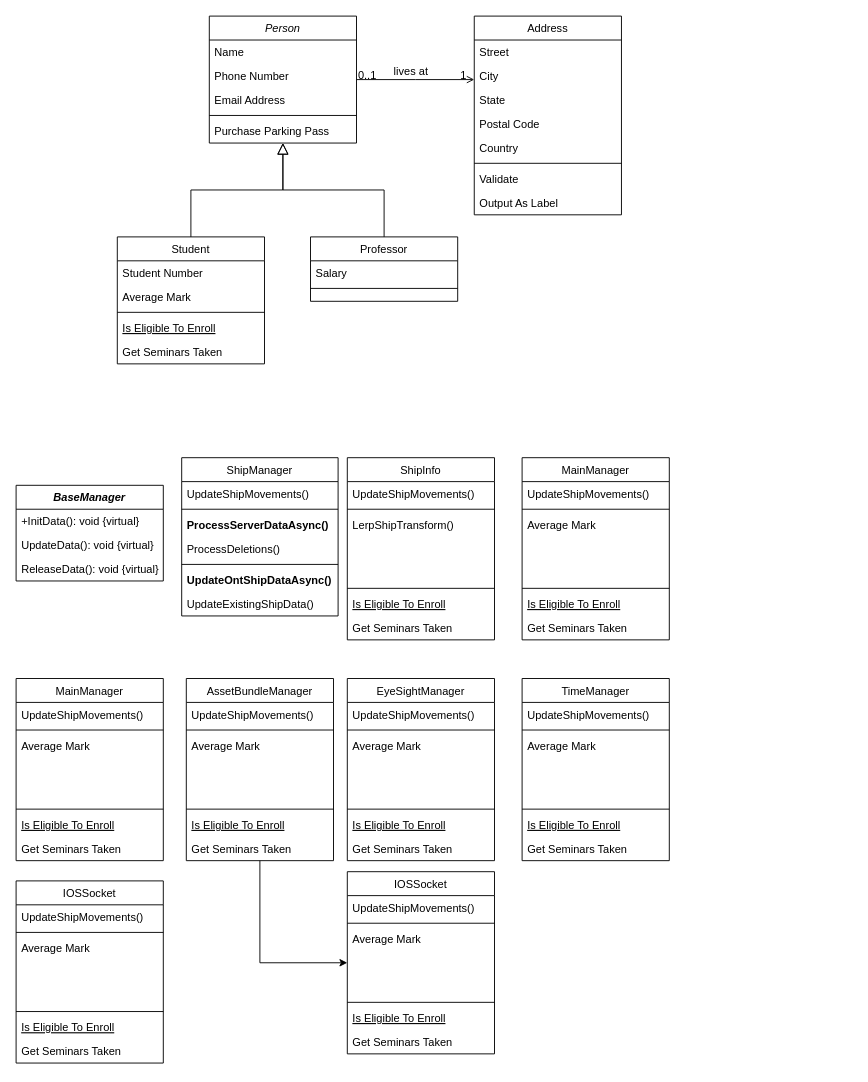
This is MM_Unity6.drawio from duckgoo9/MM-unity6-drawio, a draw.io file, before an edit. Source tidied: cells renumbered, new cells numbered last; positions are measured from the earlier drawing's top-left corner, leaving out a move shared by most shapes. Both pictures are drawn from the tidied source at 92%, with x=0, y=0 at pixel (16, 16).
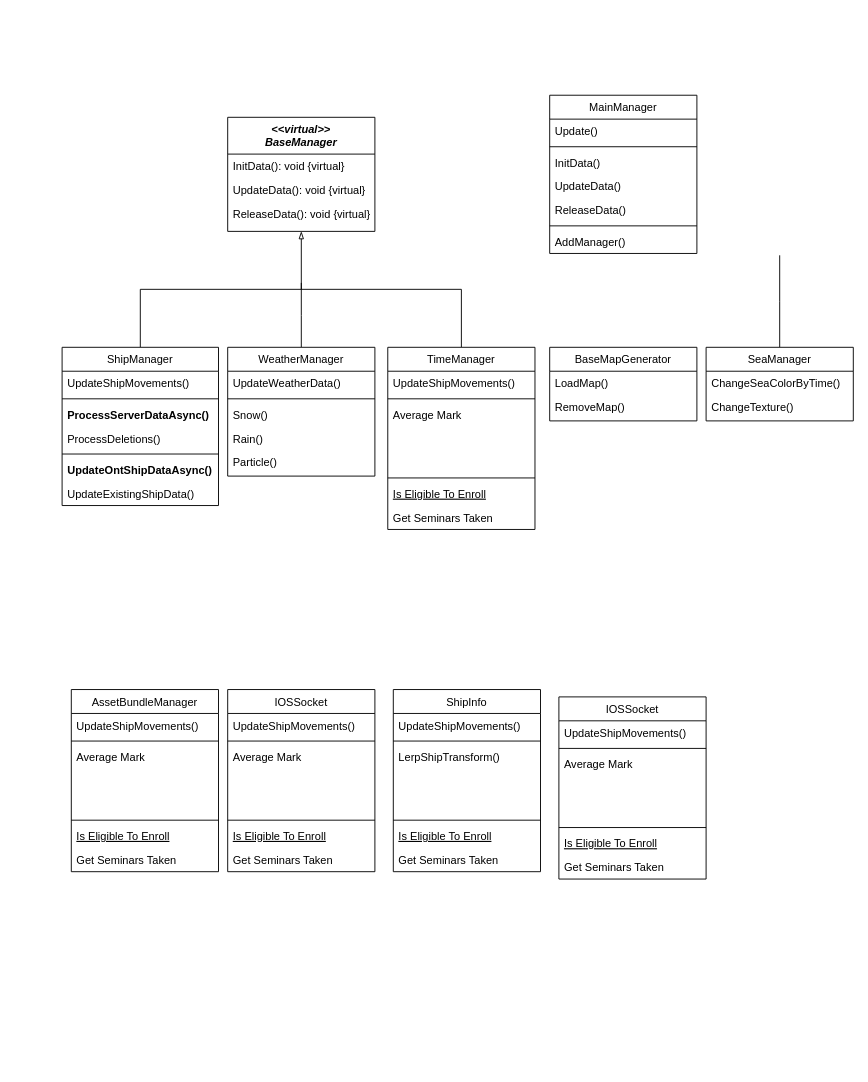
The same page after the edit.

The change refers to these unchanged cells:
```xml
<mxCell id="103" style="text;align=left;verticalAlign=top;spacingLeft=4;spacingRight=4;overflow=hidden;points=[[0,0.5],[1,0.5]];portConstraint=eastwest;rounded=0;shadow=0;html=0;" parent="99" vertex="1">
  <mxGeometry y="86" width="160" height="26" as="geometry" />
</mxCell>
```

What changed in the source:
```diff
@@
-    <mxCell id="2" value="Person" style="swimlane;fontStyle=2;align=center;verticalAlign=top;horizontal=1;startSize=26;rounded=0;shadow=0;strokeWidth=1;" parent="1" vertex="1">
-      <mxGeometry x="210" width="160" height="138" as="geometry" />
-    </mxCell>
-    <mxCell id="3" value="Name" style="text;align=left;verticalAlign=top;spacingLeft=4;spacingRight=4;overflow=hidden;" parent="2" vertex="1">
-      <mxGeometry y="26" width="160" height="26" as="geometry" />
-    </mxCell>
-    <mxCell id="4" value="Phone Number" style="text;align=left;verticalAlign=top;spacingLeft=4;spacingRight=4;overflow=hidden;rounded=0;shadow=0;html=0;" parent="2" vertex="1">
-      <mxGeometry y="52" width="160" height="26" as="geometry" />
-    </mxCell>
-    <mxCell id="5" value="Email Address" style="text;align=left;verticalAlign=top;spacingLeft=4;spacingRight=4;overflow=hidden;rounded=0;shadow=0;html=0;" parent="2" vertex="1">
-      <mxGeometry y="78" width="160" height="26" as="geometry" />
-    </mxCell>
-    <mxCell id="6" style="line;html=1;strokeWidth=1;align=left;verticalAlign=middle;spacingTop=-1;spacingLeft=3;spacingRight=3;labelPosition=right;" parent="2" vertex="1">
-      <mxGeometry y="104" width="160" height="8" as="geometry" />
-    </mxCell>
-    <mxCell id="7" value="Purchase Parking Pass" style="text;align=left;verticalAlign=top;spacingLeft=4;spacingRight=4;overflow=hidden;" parent="2" vertex="1">
-      <mxGeometry y="112" width="160" height="26" as="geometry" />
-    </mxCell>
-    <mxCell id="8" value="Student" style="swimlane;fontStyle=0;align=center;verticalAlign=top;horizontal=1;startSize=26;rounded=0;shadow=0;strokeWidth=1;" parent="1" vertex="1">
-      <mxGeometry x="110" y="240" width="160" height="138" as="geometry" />
-    </mxCell>
-    <mxCell id="9" value="Student Number" style="text;align=left;verticalAlign=top;spacingLeft=4;spacingRight=4;overflow=hidden;" parent="8" vertex="1">
-      <mxGeometry y="26" width="160" height="26" as="geometry" />
-    </mxCell>
-    <mxCell id="10" value="Average Mark" style="text;align=left;verticalAlign=top;spacingLeft=4;spacingRight=4;overflow=hidden;rounded=0;shadow=0;html=0;" parent="8" vertex="1">
-      <mxGeometry y="52" width="160" height="26" as="geometry" />
-    </mxCell>
-    <mxCell id="11" style="line;html=1;strokeWidth=1;align=left;verticalAlign=middle;spacingTop=-1;spacingLeft=3;spacingRight=3;labelPosition=right;" parent="8" vertex="1">
-      <mxGeometry y="78" width="160" height="8" as="geometry" />
-    </mxCell>
-    <mxCell id="12" value="Is Eligible To Enroll" style="text;align=left;verticalAlign=top;spacingLeft=4;spacingRight=4;overflow=hidden;fontStyle=4;" parent="8" vertex="1">
-      <mxGeometry y="86" width="160" height="26" as="geometry" />
-    </mxCell>
-    <mxCell id="13" value="Get Seminars Taken" style="text;align=left;verticalAlign=top;spacingLeft=4;spacingRight=4;overflow=hidden;" parent="8" vertex="1">
-      <mxGeometry y="112" width="160" height="26" as="geometry" />
-    </mxCell>
-    <mxCell id="14" style="endArrow=block;endSize=10;endFill=0;shadow=0;strokeWidth=1;rounded=0;curved=0;edgeStyle=elbowEdgeStyle;elbow=vertical;" parent="1" edge="1" source="8" target="2">
-      <mxGeometry relative="1" as="geometry" />
-    </mxCell>
-    <mxCell id="15" value="Professor" style="swimlane;fontStyle=0;align=center;verticalAlign=top;horizontal=1;startSize=26;rounded=0;shadow=0;strokeWidth=1;" parent="1" vertex="1">
-      <mxGeometry x="320" y="240" width="160" height="70" as="geometry" />
-    </mxCell>
-    <mxCell id="16" value="Salary" style="text;align=left;verticalAlign=top;spacingLeft=4;spacingRight=4;overflow=hidden;" parent="15" vertex="1">
-      <mxGeometry y="26" width="160" height="26" as="geometry" />
-    </mxCell>
-    <mxCell id="17" style="line;html=1;strokeWidth=1;align=left;verticalAlign=middle;spacingTop=-1;spacingLeft=3;spacingRight=3;labelPosition=right;" parent="15" vertex="1">
-      <mxGeometry y="52" width="160" height="8" as="geometry" />
-    </mxCell>
-    <mxCell id="18" style="endArrow=block;endSize=10;endFill=0;shadow=0;strokeWidth=1;rounded=0;curved=0;edgeStyle=elbowEdgeStyle;elbow=vertical;" parent="1" edge="1" source="15" target="2">
-      <mxGeometry relative="1" as="geometry" />
-    </mxCell>
-    <mxCell id="19" value="Address" style="swimlane;fontStyle=0;align=center;verticalAlign=top;horizontal=1;startSize=26;rounded=0;shadow=0;strokeWidth=1;" parent="1" vertex="1">
-      <mxGeometry x="498" width="160" height="216" as="geometry" />
-    </mxCell>
-    <mxCell id="20" value="Street" style="text;align=left;verticalAlign=top;spacingLeft=4;spacingRight=4;overflow=hidden;" parent="19" vertex="1">
-      <mxGeometry y="26" width="160" height="26" as="geometry" />
-    </mxCell>
-    <mxCell id="21" value="City" style="text;align=left;verticalAlign=top;spacingLeft=4;spacingRight=4;overflow=hidden;rounded=0;shadow=0;html=0;" parent="19" vertex="1">
-      <mxGeometry y="52" width="160" height="26" as="geometry" />
-    </mxCell>
-    <mxCell id="22" value="State" style="text;align=left;verticalAlign=top;spacingLeft=4;spacingRight=4;overflow=hidden;rounded=0;shadow=0;html=0;" parent="19" vertex="1">
-      <mxGeometry y="78" width="160" height="26" as="geometry" />
-    </mxCell>
-    <mxCell id="23" value="Postal Code" style="text;align=left;verticalAlign=top;spacingLeft=4;spacingRight=4;overflow=hidden;rounded=0;shadow=0;html=0;" parent="19" vertex="1">
-      <mxGeometry y="104" width="160" height="26" as="geometry" />
-    </mxCell>
-    <mxCell id="24" value="Country" style="text;align=left;verticalAlign=top;spacingLeft=4;spacingRight=4;overflow=hidden;rounded=0;shadow=0;html=0;" parent="19" vertex="1">
-      <mxGeometry y="130" width="160" height="26" as="geometry" />
-    </mxCell>
-    <mxCell id="25" style="line;html=1;strokeWidth=1;align=left;verticalAlign=middle;spacingTop=-1;spacingLeft=3;spacingRight=3;labelPosition=right;" parent="19" vertex="1">
-      <mxGeometry y="156" width="160" height="8" as="geometry" />
-    </mxCell>
-    <mxCell id="26" value="Validate" style="text;align=left;verticalAlign=top;spacingLeft=4;spacingRight=4;overflow=hidden;" parent="19" vertex="1">
-      <mxGeometry y="164" width="160" height="26" as="geometry" />
-    </mxCell>
-    <mxCell id="27" value="Output As Label" style="text;align=left;verticalAlign=top;spacingLeft=4;spacingRight=4;overflow=hidden;" parent="19" vertex="1">
-      <mxGeometry y="190" width="160" height="26" as="geometry" />
-    </mxCell>
-    <mxCell id="28" style="endArrow=open;shadow=0;strokeWidth=1;rounded=0;curved=0;endFill=1;edgeStyle=elbowEdgeStyle;elbow=vertical;" parent="1" edge="1" source="2" target="19">
-      <mxGeometry x="0.5" y="41" relative="1" as="geometry">
-        <mxPoint x="-40" y="32" as="offset" />
-      </mxGeometry>
-    </mxCell>
-    <mxCell id="29" value="0..1" style="align=left;verticalAlign=bottom;labelBackgroundColor=none;fontSize=12;" parent="28" vertex="1">
-      <mxGeometry x="-1" relative="1" as="geometry">
-        <mxPoint y="4" as="offset" />
-      </mxGeometry>
-    </mxCell>
-    <mxCell id="30" value="1" style="align=right;verticalAlign=bottom;labelBackgroundColor=none;fontSize=12;" parent="28" vertex="1">
-      <mxGeometry x="1" relative="1" as="geometry">
-        <mxPoint x="-7" y="4" as="offset" />
-      </mxGeometry>
-    </mxCell>
-    <mxCell id="31" value="lives at" style="text;html=1;align=center;verticalAlign=middle;labelBackgroundColor=none;rounded=0;shadow=0;strokeWidth=1;fontSize=12;" parent="28" vertex="1">
-      <mxGeometry x="0.5" y="49" relative="1" as="geometry">
-        <mxPoint x="-38" y="40" as="offset" />
-      </mxGeometry>
-    </mxCell>
+    <mxCell id="117" style="edgeStyle=orthogonalEdgeStyle;rounded=0;jettySize=auto;html=1;entryX=0.5;entryY=1;entryDx=0;entryDy=0;exitX=0.5;exitY=0;exitDx=0;exitDy=0;endArrow=blockThin;endFill=0;" parent="1" edge="1" source="32" target="58">
+      <mxGeometry relative="1" as="geometry" />
+    </mxCell>
     <mxCell id="32" value="ShipManager" style="swimlane;fontStyle=0;align=center;verticalAlign=top;horizontal=1;startSize=26;rounded=0;shadow=0;strokeWidth=1;" parent="1" vertex="1">
-      <mxGeometry x="180" y="480" width="170" height="172" as="geometry" />
+      <mxGeometry x="50" y="360" width="170" height="172" as="geometry" />
     </mxCell>
@@
     <mxCell id="40" value="ShipInfo" style="swimlane;fontStyle=0;align=center;verticalAlign=top;horizontal=1;startSize=26;rounded=0;shadow=0;strokeWidth=1;" parent="1" vertex="1">
-      <mxGeometry x="360" y="480" width="160" height="198" as="geometry" />
+      <mxGeometry x="410" y="732" width="160" height="198" as="geometry" />
     </mxCell>
@@
-    <mxCell id="49" value="MainManager" style="swimlane;fontStyle=0;align=center;verticalAlign=top;horizontal=1;startSize=26;rounded=0;shadow=0;strokeWidth=1;" parent="1" vertex="1">
-      <mxGeometry x="550" y="480" width="160" height="198" as="geometry" />
+    <mxCell id="49" value="BaseMapGenerator" style="swimlane;fontStyle=0;align=center;verticalAlign=top;horizontal=1;startSize=26;rounded=0;shadow=0;strokeWidth=1;" parent="1" vertex="1">
+      <mxGeometry x="580" y="360" width="160" height="80" as="geometry" />
     </mxCell>
-    <mxCell id="50" value="UpdateShipMovements()" style="text;align=left;verticalAlign=top;spacingLeft=4;spacingRight=4;overflow=hidden;" parent="49" vertex="1">
-      <mxGeometry y="26" width="160" height="26" as="geometry" />
-    </mxCell>
-    <mxCell id="51" style="line;html=1;strokeWidth=1;align=left;verticalAlign=middle;spacingTop=-1;spacingLeft=3;spacingRight=3;labelPosition=right;" parent="49" vertex="1">
-      <mxGeometry y="52" width="160" height="8" as="geometry" />
-    </mxCell>
-    <mxCell id="52" value="Average Mark" style="text;align=left;verticalAlign=top;spacingLeft=4;spacingRight=4;overflow=hidden;rounded=0;shadow=0;html=0;" parent="49" vertex="1">
-      <mxGeometry y="60" width="160" height="26" as="geometry" />
+    <mxCell id="52" value="LoadMap()&#10;" style="text;align=left;verticalAlign=top;spacingLeft=4;spacingRight=4;overflow=hidden;rounded=0;shadow=0;html=0;" parent="49" vertex="1">
+      <mxGeometry y="26" width="160" height="26" as="geometry" />
     </mxCell>
-    <mxCell id="53" style="text;align=left;verticalAlign=top;spacingLeft=4;spacingRight=4;overflow=hidden;rounded=0;shadow=0;html=0;" parent="49" vertex="1">
-      <mxGeometry y="86" width="160" height="26" as="geometry" />
+    <mxCell id="53" value="RemoveMap()" style="text;align=left;verticalAlign=top;spacingLeft=4;spacingRight=4;overflow=hidden;rounded=0;shadow=0;html=0;" parent="49" vertex="1">
+      <mxGeometry y="52" width="160" height="26" as="geometry" />
     </mxCell>
-    <mxCell id="54" style="text;align=left;verticalAlign=top;spacingLeft=4;spacingRight=4;overflow=hidden;rounded=0;shadow=0;html=0;" parent="49" vertex="1">
-      <mxGeometry y="112" width="160" height="26" as="geometry" />
-    </mxCell>
-    <mxCell id="55" style="line;html=1;strokeWidth=1;align=left;verticalAlign=middle;spacingTop=-1;spacingLeft=3;spacingRight=3;labelPosition=right;" parent="49" vertex="1">
-      <mxGeometry y="138" width="160" height="8" as="geometry" />
-    </mxCell>
-    <mxCell id="56" value="Is Eligible To Enroll" style="text;align=left;verticalAlign=top;spacingLeft=4;spacingRight=4;overflow=hidden;fontStyle=4;" parent="49" vertex="1">
-      <mxGeometry y="146" width="160" height="26" as="geometry" />
-    </mxCell>
-    <mxCell id="57" value="Get Seminars Taken" style="text;align=left;verticalAlign=top;spacingLeft=4;spacingRight=4;overflow=hidden;" parent="49" vertex="1">
-      <mxGeometry y="172" width="160" height="26" as="geometry" />
-    </mxCell>
-    <mxCell id="58" value="BaseManager" style="swimlane;fontStyle=3;align=center;verticalAlign=top;horizontal=1;startSize=26;rounded=0;shadow=0;strokeWidth=1;" parent="1" vertex="1">
-      <mxGeometry y="510" width="160" height="104" as="geometry" />
+    <mxCell id="58" value="&lt;&lt;virtual&gt;&gt;&#10;BaseManager" style="swimlane;fontStyle=3;align=center;verticalAlign=top;horizontal=1;startSize=40;rounded=0;shadow=0;strokeWidth=1;" parent="1" vertex="1">
+      <mxGeometry x="230" y="110" width="160" height="124" as="geometry" />
     </mxCell>
-    <mxCell id="59" value="+InitData(): void {virtual} " style="text;align=left;verticalAlign=top;spacingLeft=4;spacingRight=4;overflow=hidden;" parent="58" vertex="1">
-      <mxGeometry y="26" width="160" height="26" as="geometry" />
+    <mxCell id="59" value="InitData(): void {virtual} " style="text;align=left;verticalAlign=top;spacingLeft=4;spacingRight=4;overflow=hidden;" parent="58" vertex="1">
+      <mxGeometry y="40" width="160" height="26" as="geometry" />
     </mxCell>
     <mxCell id="60" value="UpdateData(): void {virtual}" style="text;align=left;verticalAlign=top;spacingLeft=4;spacingRight=4;overflow=hidden;rounded=0;shadow=0;html=0;" parent="58" vertex="1">
-      <mxGeometry y="52" width="160" height="26" as="geometry" />
+      <mxGeometry y="66" width="160" height="26" as="geometry" />
     </mxCell>
     <mxCell id="61" value="ReleaseData(): void {virtual}" style="text;align=left;verticalAlign=top;spacingLeft=4;spacingRight=4;overflow=hidden;" parent="58" vertex="1">
-      <mxGeometry y="78" width="160" height="26" as="geometry" />
+      <mxGeometry y="92" width="160" height="26" as="geometry" />
     </mxCell>
     <mxCell id="62" value="MainManager" style="swimlane;fontStyle=0;align=center;verticalAlign=top;horizontal=1;startSize=26;rounded=0;shadow=0;strokeWidth=1;" parent="1" vertex="1">
-      <mxGeometry y="720" width="160" height="198" as="geometry" />
+      <mxGeometry x="580" y="86" width="160" height="172" as="geometry" />
     </mxCell>
-    <mxCell id="63" value="UpdateShipMovements()" style="text;align=left;verticalAlign=top;spacingLeft=4;spacingRight=4;overflow=hidden;" parent="62" vertex="1">
+    <mxCell id="63" value="Update()" style="text;align=left;verticalAlign=top;spacingLeft=4;spacingRight=4;overflow=hidden;" parent="62" vertex="1">
       <mxGeometry y="26" width="160" height="26" as="geometry" />
     </mxCell>
@@
-    <mxCell id="65" value="Average Mark" style="text;align=left;verticalAlign=top;spacingLeft=4;spacingRight=4;overflow=hidden;rounded=0;shadow=0;html=0;" parent="62" vertex="1">
+    <mxCell id="65" value="InitData()" style="text;align=left;verticalAlign=top;spacingLeft=4;spacingRight=4;overflow=hidden;rounded=0;shadow=0;html=0;" parent="62" vertex="1">
       <mxGeometry y="60" width="160" height="26" as="geometry" />
     </mxCell>
-    <mxCell id="66" style="text;align=left;verticalAlign=top;spacingLeft=4;spacingRight=4;overflow=hidden;rounded=0;shadow=0;html=0;" parent="62" vertex="1">
+    <mxCell id="66" value="UpdateData()" style="text;align=left;verticalAlign=top;spacingLeft=4;spacingRight=4;overflow=hidden;rounded=0;shadow=0;html=0;" parent="62" vertex="1">
       <mxGeometry y="86" width="160" height="26" as="geometry" />
     </mxCell>
-    <mxCell id="67" style="text;align=left;verticalAlign=top;spacingLeft=4;spacingRight=4;overflow=hidden;rounded=0;shadow=0;html=0;" parent="62" vertex="1">
+    <mxCell id="67" value="ReleaseData()" style="text;align=left;verticalAlign=top;spacingLeft=4;spacingRight=4;overflow=hidden;rounded=0;shadow=0;html=0;" parent="62" vertex="1">
       <mxGeometry y="112" width="160" height="26" as="geometry" />
     </mxCell>
@@
-    <mxCell id="69" value="Is Eligible To Enroll" style="text;align=left;verticalAlign=top;spacingLeft=4;spacingRight=4;overflow=hidden;fontStyle=4;" parent="62" vertex="1">
-      <mxGeometry y="146" width="160" height="26" as="geometry" />
-    </mxCell>
-    <mxCell id="70" value="Get Seminars Taken" style="text;align=left;verticalAlign=top;spacingLeft=4;spacingRight=4;overflow=hidden;" parent="62" vertex="1">
-      <mxGeometry y="172" width="160" height="26" as="geometry" />
+    <mxCell id="70" value="AddManager()" style="text;align=left;verticalAlign=top;spacingLeft=4;spacingRight=4;overflow=hidden;" parent="62" vertex="1">
+      <mxGeometry y="146" width="160" height="26" as="geometry" />
     </mxCell>
-    <mxCell id="71" style="edgeStyle=orthogonalEdgeStyle;rounded=0;jettySize=auto;html=1;entryX=0;entryY=0.5;entryDx=0;entryDy=0;" parent="1" edge="1" source="72" target="103">
-      <mxGeometry relative="1" as="geometry" />
-    </mxCell>
     <mxCell id="72" value="AssetBundleManager" style="swimlane;fontStyle=0;align=center;verticalAlign=top;horizontal=1;startSize=26;rounded=0;shadow=0;strokeWidth=1;" parent="1" vertex="1">
-      <mxGeometry x="185" y="720" width="160" height="198" as="geometry" />
+      <mxGeometry x="60" y="732" width="160" height="198" as="geometry" />
     </mxCell>
@@
+    <mxCell id="118" style="edgeStyle=orthogonalEdgeStyle;rounded=0;jettySize=auto;html=1;endArrow=none;startFill=0;" parent="1" edge="1" source="81">
+      <mxGeometry relative="1" as="geometry">
+        <mxPoint x="310" y="290" as="targetPoint" />
+      </mxGeometry>
+    </mxCell>
-    <mxCell id="81" value="EyeSightManager" style="swimlane;fontStyle=0;align=center;verticalAlign=top;horizontal=1;startSize=26;rounded=0;shadow=0;strokeWidth=1;" parent="1" vertex="1">
-      <mxGeometry x="360" y="720" width="160" height="198" as="geometry" />
+    <mxCell id="81" value="WeatherManager" style="swimlane;fontStyle=0;align=center;verticalAlign=top;horizontal=1;startSize=26;rounded=0;shadow=0;strokeWidth=1;" parent="1" vertex="1">
+      <mxGeometry x="230" y="360" width="160" height="140" as="geometry" />
     </mxCell>
-    <mxCell id="82" value="UpdateShipMovements()" style="text;align=left;verticalAlign=top;spacingLeft=4;spacingRight=4;overflow=hidden;" parent="81" vertex="1">
+    <mxCell id="82" value="UpdateWeatherData()" style="text;align=left;verticalAlign=top;spacingLeft=4;spacingRight=4;overflow=hidden;" parent="81" vertex="1">
       <mxGeometry y="26" width="160" height="26" as="geometry" />
     </mxCell>
@@
-    <mxCell id="84" value="Average Mark" style="text;align=left;verticalAlign=top;spacingLeft=4;spacingRight=4;overflow=hidden;rounded=0;shadow=0;html=0;" parent="81" vertex="1">
+    <mxCell id="84" value="Snow()" style="text;align=left;verticalAlign=top;spacingLeft=4;spacingRight=4;overflow=hidden;rounded=0;shadow=0;html=0;" parent="81" vertex="1">
       <mxGeometry y="60" width="160" height="26" as="geometry" />
     </mxCell>
-    <mxCell id="85" style="text;align=left;verticalAlign=top;spacingLeft=4;spacingRight=4;overflow=hidden;rounded=0;shadow=0;html=0;" parent="81" vertex="1">
+    <mxCell id="85" value="Rain()" style="text;align=left;verticalAlign=top;spacingLeft=4;spacingRight=4;overflow=hidden;rounded=0;shadow=0;html=0;" parent="81" vertex="1">
       <mxGeometry y="86" width="160" height="26" as="geometry" />
     </mxCell>
-    <mxCell id="86" style="text;align=left;verticalAlign=top;spacingLeft=4;spacingRight=4;overflow=hidden;rounded=0;shadow=0;html=0;" parent="81" vertex="1">
+    <mxCell id="86" value="Particle()" style="text;align=left;verticalAlign=top;spacingLeft=4;spacingRight=4;overflow=hidden;rounded=0;shadow=0;html=0;" parent="81" vertex="1">
       <mxGeometry y="112" width="160" height="26" as="geometry" />
     </mxCell>
-    <mxCell id="87" style="line;html=1;strokeWidth=1;align=left;verticalAlign=middle;spacingTop=-1;spacingLeft=3;spacingRight=3;labelPosition=right;" parent="81" vertex="1">
-      <mxGeometry y="138" width="160" height="8" as="geometry" />
-    </mxCell>
-    <mxCell id="88" value="Is Eligible To Enroll" style="text;align=left;verticalAlign=top;spacingLeft=4;spacingRight=4;overflow=hidden;fontStyle=4;" parent="81" vertex="1">
-      <mxGeometry y="146" width="160" height="26" as="geometry" />
-    </mxCell>
-    <mxCell id="89" value="Get Seminars Taken" style="text;align=left;verticalAlign=top;spacingLeft=4;spacingRight=4;overflow=hidden;" parent="81" vertex="1">
-      <mxGeometry y="172" width="160" height="26" as="geometry" />
-    </mxCell>
+    <mxCell id="119" style="edgeStyle=orthogonalEdgeStyle;rounded=0;jettySize=auto;html=1;exitX=0.5;exitY=0;exitDx=0;exitDy=0;endArrow=none;startFill=0;" parent="1" edge="1" source="90">
+      <mxGeometry relative="1" as="geometry">
+        <mxPoint x="310" y="297" as="targetPoint" />
+        <Array as="points">
+          <mxPoint x="484" y="297" />
+        </Array>
+      </mxGeometry>
+    </mxCell>
     <mxCell id="90" value="TimeManager" style="swimlane;fontStyle=0;align=center;verticalAlign=top;horizontal=1;startSize=26;rounded=0;shadow=0;strokeWidth=1;" parent="1" vertex="1">
-      <mxGeometry x="550" y="720" width="160" height="198" as="geometry" />
+      <mxGeometry x="404" y="360" width="160" height="198" as="geometry" />
     </mxCell>
@@
     <mxCell id="99" value="IOSSocket" style="swimlane;fontStyle=0;align=center;verticalAlign=top;horizontal=1;startSize=26;rounded=0;shadow=0;strokeWidth=1;" parent="1" vertex="1">
-      <mxGeometry x="360" y="930" width="160" height="198" as="geometry" />
+      <mxGeometry x="590" y="740" width="160" height="198" as="geometry" />
     </mxCell>
@@
     <mxCell id="108" value="IOSSocket" style="swimlane;fontStyle=0;align=center;verticalAlign=top;horizontal=1;startSize=26;rounded=0;shadow=0;strokeWidth=1;" parent="1" vertex="1">
-      <mxGeometry y="940" width="160" height="198" as="geometry" />
+      <mxGeometry x="230" y="732" width="160" height="198" as="geometry" />
     </mxCell>
@@
+    <mxCell id="120" style="edgeStyle=orthogonalEdgeStyle;rounded=0;jettySize=auto;html=1;endArrow=none;startFill=0;" parent="1" edge="1" source="121">
+      <mxGeometry relative="1" as="geometry">
+        <mxPoint x="830" y="260" as="targetPoint" />
+      </mxGeometry>
+    </mxCell>
+    <mxCell id="121" value="SeaManager" style="swimlane;fontStyle=0;align=center;verticalAlign=top;horizontal=1;startSize=26;rounded=0;shadow=0;strokeWidth=1;" parent="1" vertex="1">
+      <mxGeometry x="750" y="360" width="160" height="80" as="geometry" />
+    </mxCell>
+    <mxCell id="122" value="ChangeSeaColorByTime()" style="text;align=left;verticalAlign=top;spacingLeft=4;spacingRight=4;overflow=hidden;" parent="121" vertex="1">
+      <mxGeometry y="26" width="160" height="26" as="geometry" />
+    </mxCell>
+    <mxCell id="123" value="ChangeTexture()" style="text;align=left;verticalAlign=top;spacingLeft=4;spacingRight=4;overflow=hidden;rounded=0;shadow=0;html=0;" parent="121" vertex="1">
+      <mxGeometry y="52" width="160" height="26" as="geometry" />
+    </mxCell>
```
